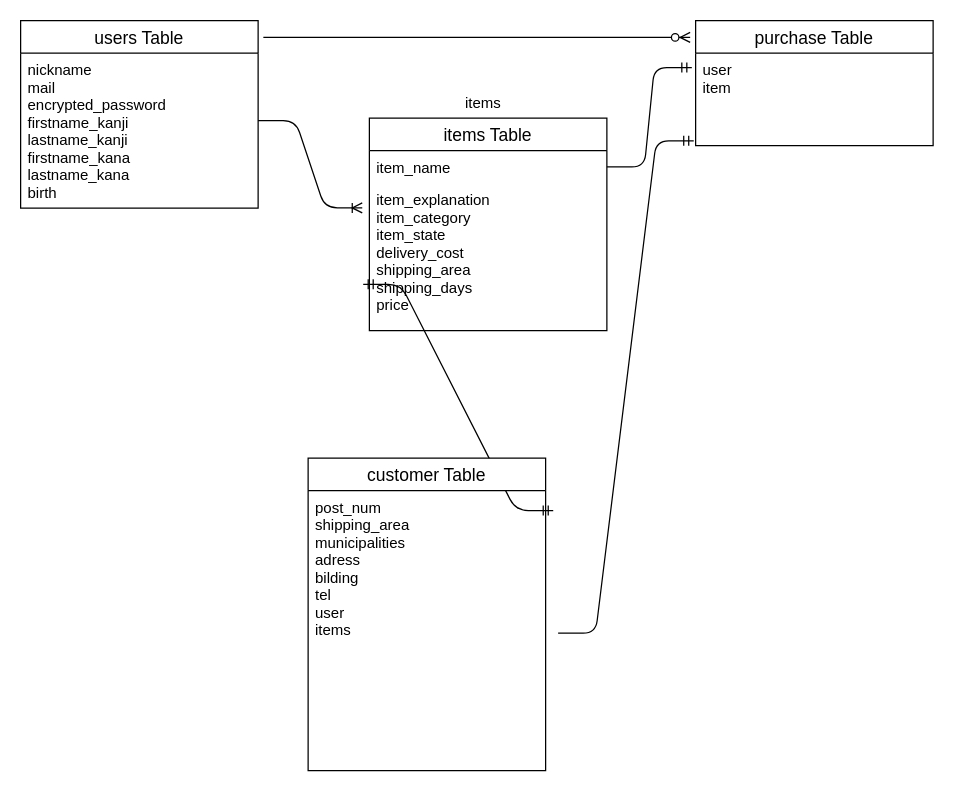
nanakuma/furima-03037 keeps this draw.io diagram as test.dio. Above is the earlier version. Source tidied: cells renumbered, new cells numbered last; positions are measured from the earlier drawing's top-left corner, leaving out a move shared by most shapes. Both pictures are drawn from the tidied source at 125%, with x=0, y=0 at pixel (20, 20).
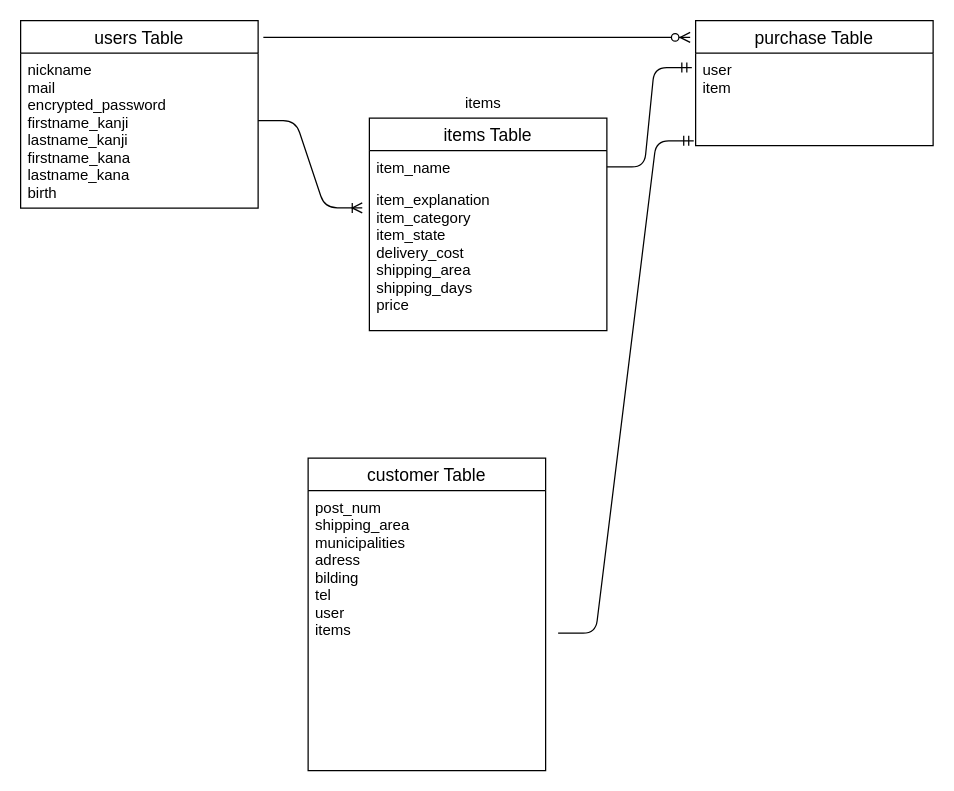
Above is the later version.

Commit message (it also covers changes not shown here):
データベース９

The edit, as a diff of the source:
```diff
@@
 <mxGraphModel>
   <root>
     <mxCell id="0" />
     <mxCell id="1" parent="0" />
     <mxCell id="2" value="users Table" style="swimlane;fontStyle=0;horizontal=1;startSize=26;align=center;fontSize=14;" parent="1" vertex="1">
       <mxGeometry width="190" height="150" as="geometry" />
     </mxCell>
     <mxCell id="3" value="nickname&#10;mail&#10;encrypted_password&#10;firstname_kanji&#10;lastname_kanji&#10;firstname_kana&#10;lastname_kana&#10;birth" style="text;strokeColor=none;fillColor=none;spacingLeft=4;spacingRight=4;overflow=hidden;fontSize=12;" parent="2" vertex="1">
       <mxGeometry y="26" width="190" height="124" as="geometry" />
     </mxCell>
     <mxCell id="4" style="edgeStyle=entityRelationEdgeStyle;fontSize=12;html=1;endArrow=ERoneToMany;entryX=-0.03;entryY=0.168;entryDx=0;entryDy=0;entryPerimeter=0;" parent="1" edge="1" target="10">
       <mxGeometry relative="1" as="geometry">
         <mxPoint x="190" y="80" as="sourcePoint" />
       </mxGeometry>
     </mxCell>
-    <mxCell id="5" style="edgeStyle=entityRelationEdgeStyle;fontSize=12;html=1;endArrow=ERmandOne;startArrow=ERmandOne;entryX=-0.026;entryY=0.686;entryDx=0;entryDy=0;entryPerimeter=0;exitX=1.032;exitY=0.071;exitDx=0;exitDy=0;exitPerimeter=0;" parent="1" edge="1" source="7" target="10">
-      <mxGeometry relative="1" as="geometry" />
-    </mxCell>
     <mxCell id="6" value="customer Table" style="swimlane;fontStyle=0;horizontal=1;startSize=26;align=center;fontSize=14;" parent="1" vertex="1">
       <mxGeometry x="230" y="350" width="190" height="250" as="geometry" />
     </mxCell>
     <mxCell id="7" value="post_num&#10;shipping_area&#10;municipalities&#10;adress&#10;bilding&#10;tel&#10;user&#10;items" style="text;strokeColor=none;fillColor=none;spacingLeft=4;spacingRight=4;overflow=hidden;points=[[0,0.5],[1,0.5]];portConstraint=eastwest;fontSize=12;" parent="6" vertex="1">
       <mxGeometry y="26" width="190" height="224" as="geometry" />
     </mxCell>
     <mxCell id="8" value="items Table" style="swimlane;fontStyle=0;horizontal=1;startSize=26;align=center;fontSize=14;" parent="1" vertex="1">
       <mxGeometry x="279" y="78" width="190" height="170" as="geometry" />
     </mxCell>
     <mxCell id="9" value="item_name" style="text;strokeColor=none;fillColor=none;spacingLeft=4;spacingRight=4;overflow=hidden;points=[[0,0.5],[1,0.5]];portConstraint=eastwest;fontSize=12;" parent="8" vertex="1">
       <mxGeometry y="26" width="190" height="26" as="geometry" />
     </mxCell>
     <mxCell id="10" value="item_explanation&#10;item_category&#10;item_state&#10;delivery_cost&#10;shipping_area&#10;shipping_days&#10;price&#10;" style="text;strokeColor=none;fillColor=none;spacingLeft=4;spacingRight=4;overflow=hidden;points=[[0,0.5],[1,0.5]];portConstraint=eastwest;fontSize=12;" parent="8" vertex="1">
       <mxGeometry y="52" width="190" height="118" as="geometry" />
     </mxCell>
     <mxCell id="11" style="edgeStyle=entityRelationEdgeStyle;fontSize=12;html=1;endArrow=ERzeroToMany;endFill=1;entryX=-0.023;entryY=0.134;entryDx=0;entryDy=0;entryPerimeter=0;exitX=1.022;exitY=0.089;exitDx=0;exitDy=0;exitPerimeter=0;" parent="1" edge="1" source="2" target="14">
       <mxGeometry relative="1" as="geometry" />
     </mxCell>
     <mxCell id="12" style="edgeStyle=entityRelationEdgeStyle;fontSize=12;html=1;endArrow=ERmandOne;exitX=1;exitY=0.5;exitDx=0;exitDy=0;entryX=-0.016;entryY=0.156;entryDx=0;entryDy=0;entryPerimeter=0;" parent="1" edge="1" source="9" target="15">
       <mxGeometry relative="1" as="geometry" />
     </mxCell>
     <mxCell id="13" style="edgeStyle=entityRelationEdgeStyle;fontSize=12;html=1;endArrow=ERmandOne;entryX=-0.008;entryY=0.948;entryDx=0;entryDy=0;entryPerimeter=0;" parent="1" edge="1" target="15">
       <mxGeometry relative="1" as="geometry">
         <mxPoint x="430" y="490" as="sourcePoint" />
       </mxGeometry>
     </mxCell>
     <mxCell id="14" value="purchase Table" style="swimlane;fontStyle=0;horizontal=1;startSize=26;align=center;fontSize=14;" parent="1" vertex="1">
       <mxGeometry x="540" width="190" height="100" as="geometry" />
     </mxCell>
     <mxCell id="15" value="user&#10;item" style="text;strokeColor=none;fillColor=none;spacingLeft=4;spacingRight=4;overflow=hidden;points=[[0,0.5],[1,0.5]];portConstraint=eastwest;fontSize=12;" parent="14" vertex="1">
       <mxGeometry y="26" width="190" height="74" as="geometry" />
     </mxCell>
     <mxCell id="16" value="items" style="text;strokeColor=none;fillColor=none;spacingLeft=4;spacingRight=4;overflow=hidden;fontSize=12;" parent="1" vertex="1">
       <mxGeometry x="350" y="52" width="190" height="26" as="geometry" />
     </mxCell>
   </root>
 </mxGraphModel>
```
